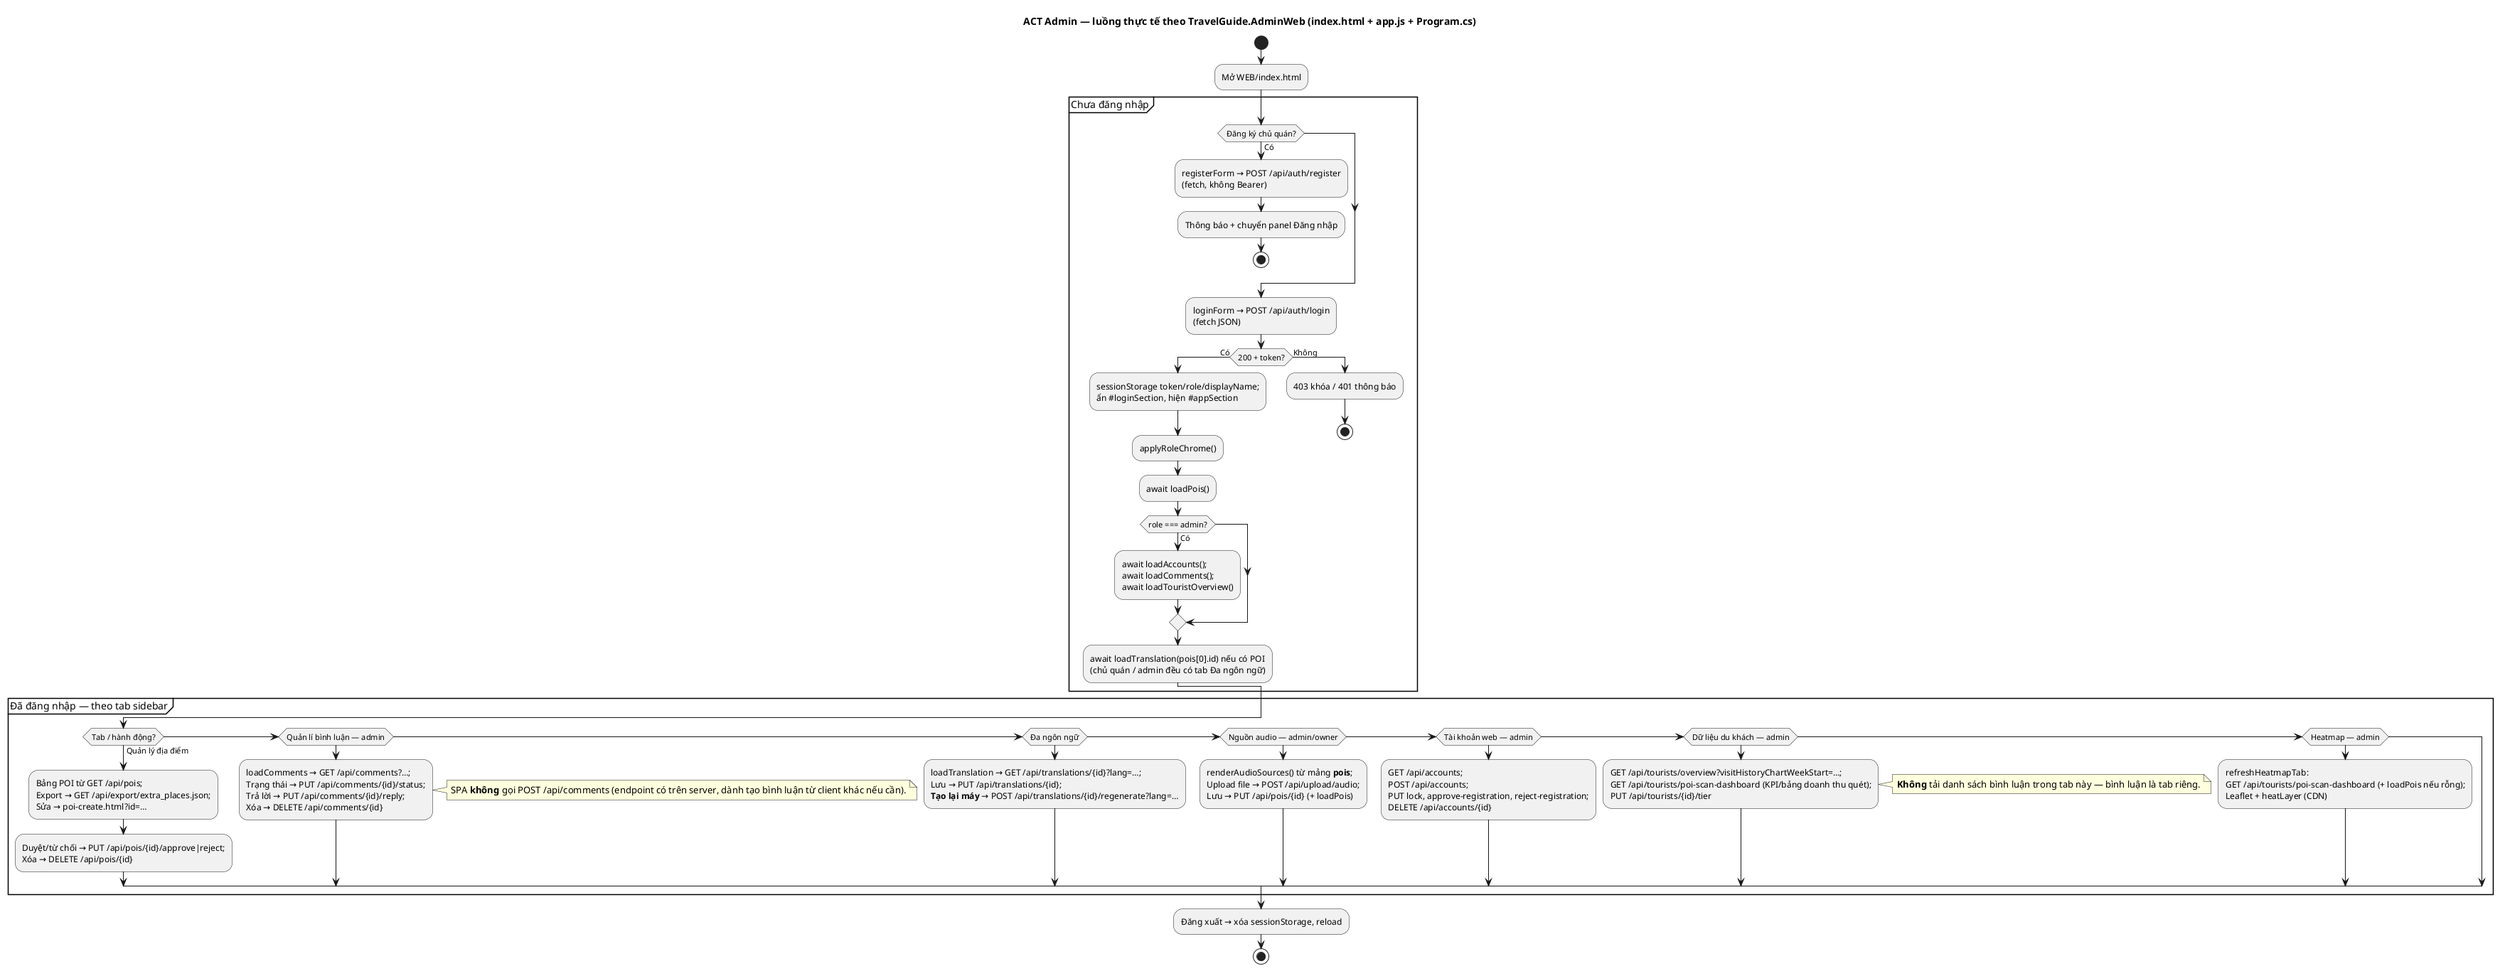
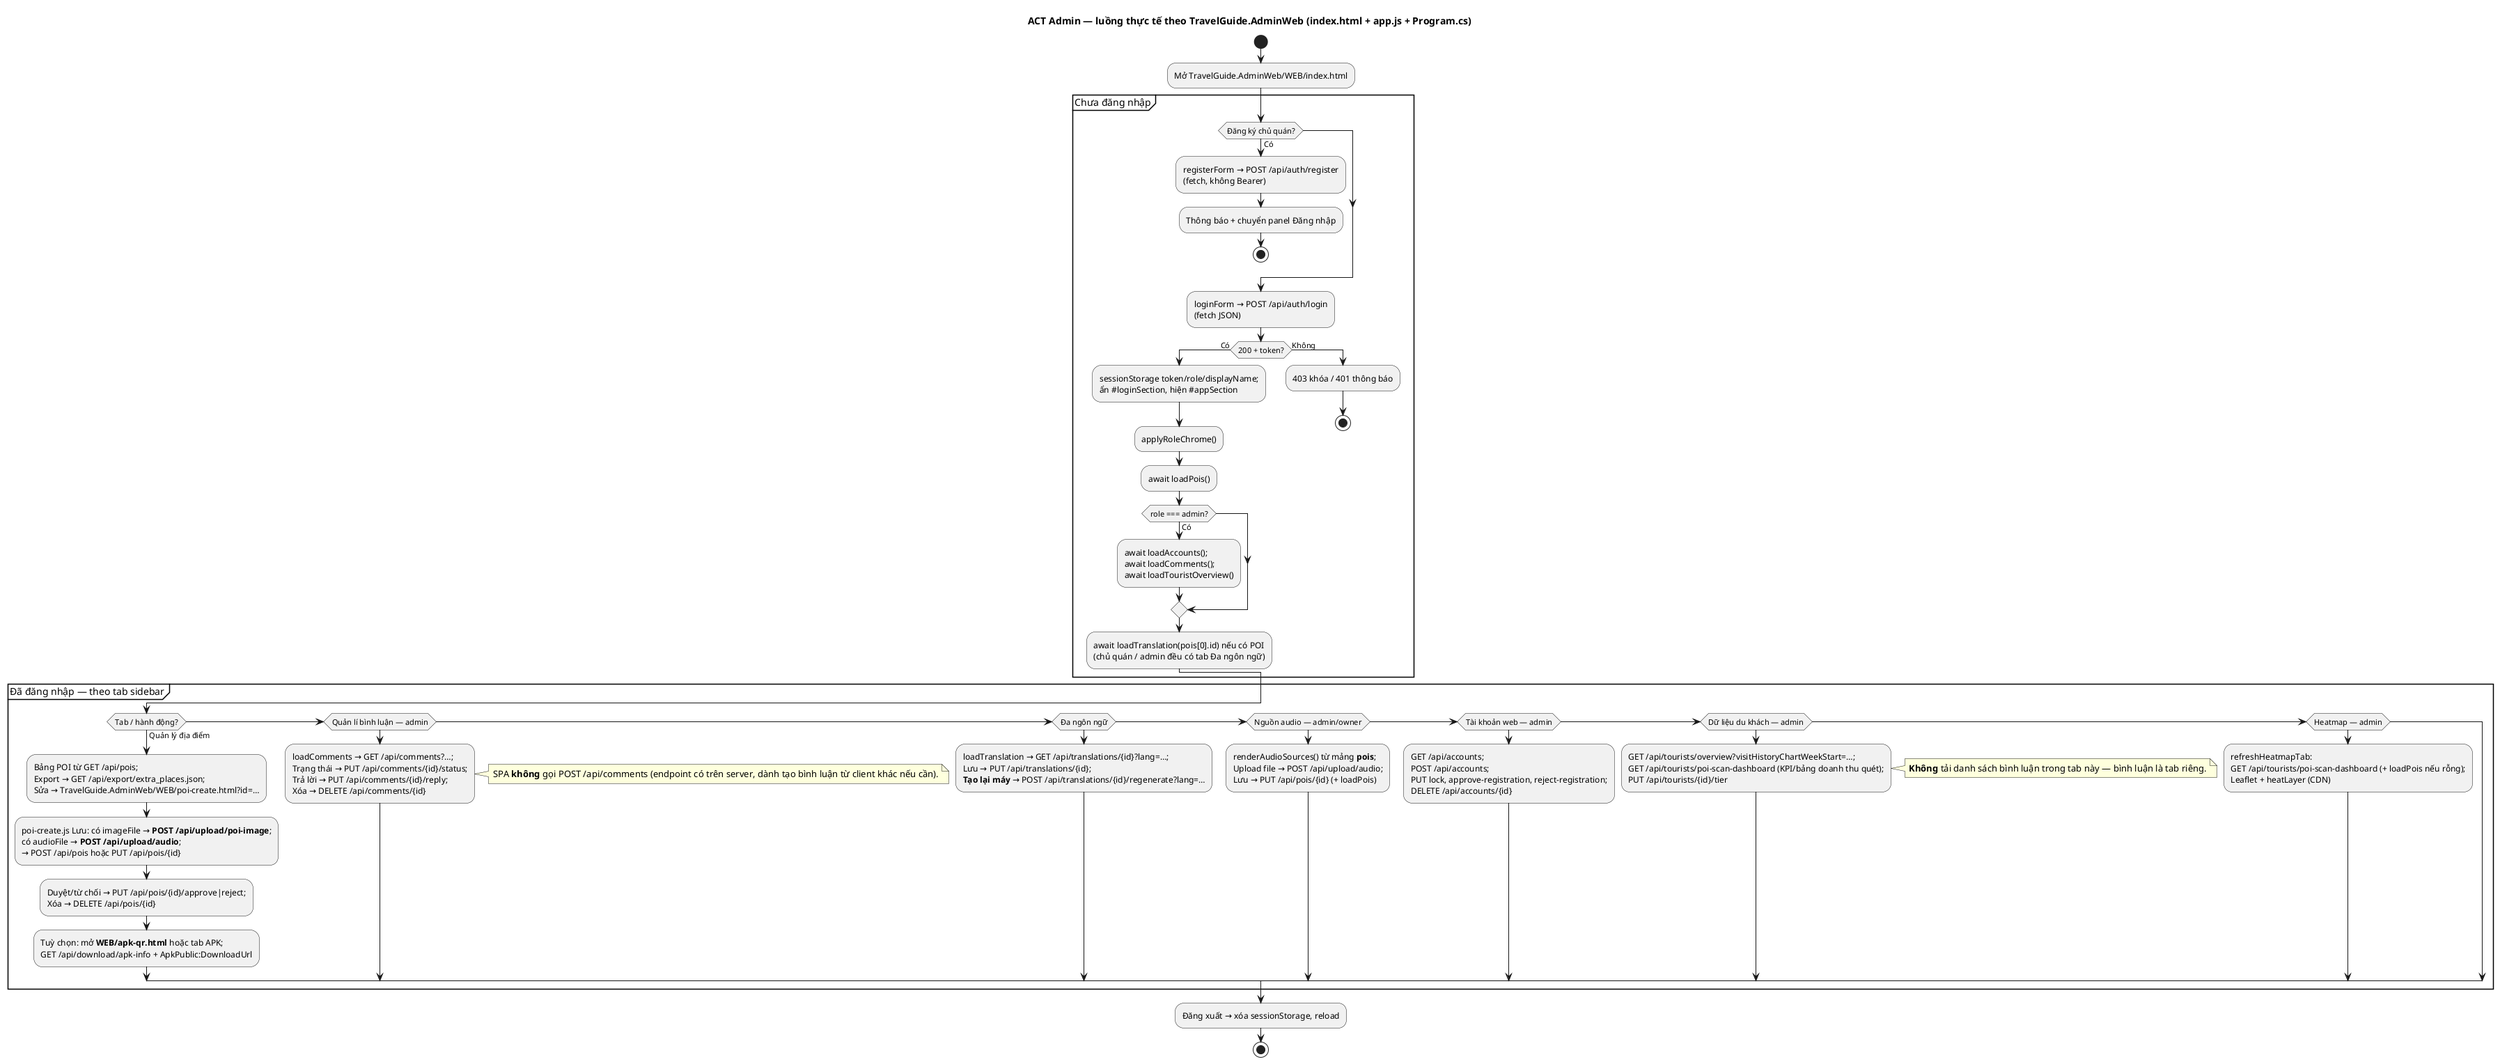
@startuml
title ACT Admin — luồng thực tế theo TravelGuide.AdminWeb (index.html + app.js + Program.cs)
start
- :Mở WEB/index.html;
+ :Mở TravelGuide.AdminWeb/WEB/index.html;

partition "Chưa đăng nhập" {
  if (Đăng ký chủ quán?) then (Có)
    :registerForm → POST /api/auth/register\n(fetch, không Bearer);
    :Thông báo + chuyển panel Đăng nhập;
    stop
  endif
  :loginForm → POST /api/auth/login\n(fetch JSON);
  if (200 + token?) then (Có)
    :sessionStorage token/role/displayName;\nẩn #loginSection, hiện #appSection;
    :applyRoleChrome();
    :await loadPois();
    if (role === admin?) then (Có)
      :await loadAccounts();\nawait loadComments();\nawait loadTouristOverview();
    endif
    :await loadTranslation(pois[0].id) nếu có POI\n(chủ quán / admin đều có tab Đa ngôn ngữ);
  else (Không)
    :403 khóa / 401 thông báo;
    stop
  endif
}

partition "Đã đăng nhập — theo tab sidebar" {
  if (Tab / hành động?) then (Quản lý địa điểm)
-     :Bảng POI từ GET /api/pois;\nExport → GET /api/export/extra_places.json;\nSửa → poi-create.html?id=…;
+     :Bảng POI từ GET /api/pois;\nExport → GET /api/export/extra_places.json;\nSửa → TravelGuide.AdminWeb/WEB/poi-create.html?id=…;
+     :poi-create.js Lưu: có imageFile → **POST /api/upload/poi-image**;\ncó audioFile → **POST /api/upload/audio**;\n→ POST /api/pois hoặc PUT /api/pois/{id};
    :Duyệt/từ chối → PUT /api/pois/{id}/approve|reject;\nXóa → DELETE /api/pois/{id};
+     :Tuỳ chọn: mở **WEB/apk-qr.html** hoặc tab APK;\nGET /api/download/apk-info + ApkPublic:DownloadUrl;
  elseif (Quản lí bình luận — admin)
    :loadComments → GET /api/comments?…;\nTrạng thái → PUT /api/comments/{id}/status;\nTrả lời → PUT /api/comments/{id}/reply;\nXóa → DELETE /api/comments/{id};
    note right
      SPA **không** gọi POST /api/comments (endpoint có trên server, dành tạo bình luận từ client khác nếu cần).
    end note
  elseif (Đa ngôn ngữ)
    :loadTranslation → GET /api/translations/{id}?lang=…;\nLưu → PUT /api/translations/{id};\n**Tạo lại máy** → POST /api/translations/{id}/regenerate?lang=…;
  elseif (Nguồn audio — admin/owner)
    :renderAudioSources() từ mảng **pois**;\nUpload file → POST /api/upload/audio;\nLưu → PUT /api/pois/{id} (+ loadPois);
  elseif (Tài khoản web — admin)
    :GET /api/accounts;\nPOST /api/accounts;\nPUT lock, approve-registration, reject-registration;\nDELETE /api/accounts/{id};
  elseif (Dữ liệu du khách — admin)
    :GET /api/tourists/overview?visitHistoryChartWeekStart=…;\nGET /api/tourists/poi-scan-dashboard (KPI/bảng doanh thu quét);\nPUT /api/tourists/{id}/tier;
    note right
      **Không** tải danh sách bình luận trong tab này — bình luận là tab riêng.
    end note
  elseif (Heatmap — admin)
    :refreshHeatmapTab:\nGET /api/tourists/poi-scan-dashboard (+ loadPois nếu rỗng);\nLeaflet + heatLayer (CDN);
  endif
}

:Đăng xuất → xóa sessionStorage, reload;
stop
@enduml
